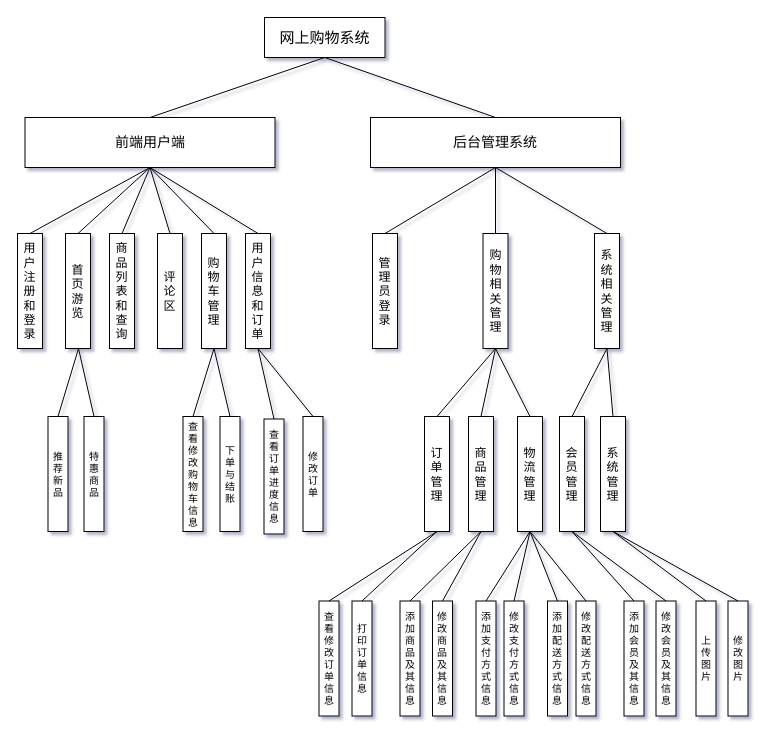
The draw.io diagram page "第 2 页" (2 of 2) of 未命名绘图.drawio in SET025187/EXERCISE001, before the edit. Source tidied: cells renumbered, new cells numbered last; positions are measured from the earlier drawing's top-left corner, leaving out a move shared by most shapes. Both pictures are drawn from the tidied source at 100%, with x=0, y=0 at pixel (-28, 17).
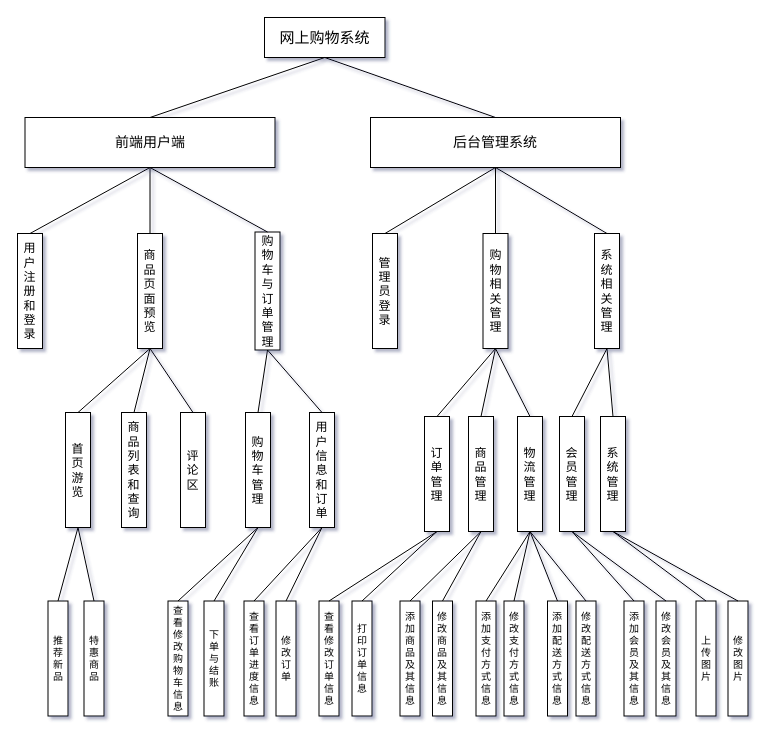
Above is the later version.

Commit message:
更新未命名绘图.drawio

The change refers to these unchanged cells:
```xml
<mxCell id="3" value="前端用户端" style="rounded=0;whiteSpace=wrap;html=1;fontSize=14;" parent="1" vertex="1">
  <mxGeometry x="52.5" y="100" width="250" height="50" as="geometry" />
</mxCell>
```

Change to the diagram source:
```diff
@@
     <mxCell id="6" value="商品列表和查询" style="rounded=0;whiteSpace=wrap;html=1;rotation=90;horizontal=0;" parent="1" vertex="1">
-      <mxGeometry x="92" y="261" width="115" height="25" as="geometry" />
+      <mxGeometry x="104" y="440" width="115" height="25" as="geometry" />
     </mxCell>
     <mxCell id="7" value="评论区" style="rounded=0;whiteSpace=wrap;html=1;rotation=90;horizontal=0;" parent="1" vertex="1">
-      <mxGeometry x="140" y="261" width="115" height="25" as="geometry" />
+      <mxGeometry x="163" y="440" width="115" height="25" as="geometry" />
     </mxCell>
     <mxCell id="8" value="购物车管理" style="rounded=0;whiteSpace=wrap;html=1;rotation=90;horizontal=0;" parent="1" vertex="1">
-      <mxGeometry x="184" y="261" width="115" height="25" as="geometry" />
+      <mxGeometry x="228" y="440" width="115" height="25" as="geometry" />
     </mxCell>
     <mxCell id="9" value="首页游览" style="rounded=0;whiteSpace=wrap;html=1;rotation=90;horizontal=0;" parent="1" vertex="1">
-      <mxGeometry x="48" y="261" width="115" height="25" as="geometry" />
+      <mxGeometry x="48" y="440" width="115" height="25" as="geometry" />
     </mxCell>
     <mxCell id="10" value="用户信息和订单" style="rounded=0;whiteSpace=wrap;html=1;rotation=90;horizontal=0;" parent="1" vertex="1">
-      <mxGeometry x="228" y="261" width="115" height="25" as="geometry" />
+      <mxGeometry x="292" y="440" width="115" height="25" as="geometry" />
     </mxCell>
@@
-    <mxCell id="18" style="endArrow=none;html=1;rounded=0;exitX=0.5;exitY=1;exitDx=0;exitDy=0;entryX=0;entryY=0.5;entryDx=0;entryDy=0;" parent="1" edge="1" source="3" target="9">
+    <mxCell id="18" style="endArrow=none;html=1;rounded=0;exitX=1;exitY=0.5;exitDx=0;exitDy=0;entryX=0;entryY=0.5;entryDx=0;entryDy=0;" parent="1" edge="1" source="71" target="9">
       <mxGeometry relative="1" as="geometry" />
     </mxCell>
-    <mxCell id="19" style="endArrow=none;html=1;rounded=0;exitX=0.5;exitY=1;exitDx=0;exitDy=0;entryX=0;entryY=0.5;entryDx=0;entryDy=0;" parent="1" edge="1" source="3" target="6">
+    <mxCell id="19" style="endArrow=none;html=1;rounded=0;exitX=1;exitY=0.5;exitDx=0;exitDy=0;entryX=0;entryY=0.5;entryDx=0;entryDy=0;" parent="1" edge="1" source="71" target="6">
       <mxGeometry relative="1" as="geometry" />
     </mxCell>
-    <mxCell id="20" style="endArrow=none;html=1;rounded=0;exitX=0.5;exitY=1;exitDx=0;exitDy=0;entryX=0;entryY=0.5;entryDx=0;entryDy=0;" parent="1" edge="1" source="3" target="7">
+    <mxCell id="20" style="endArrow=none;html=1;rounded=0;exitX=1;exitY=0.5;exitDx=0;exitDy=0;entryX=0;entryY=0.5;entryDx=0;entryDy=0;" parent="1" edge="1" source="71" target="7">
       <mxGeometry relative="1" as="geometry" />
     </mxCell>
-    <mxCell id="21" style="endArrow=none;html=1;rounded=0;exitX=0.5;exitY=1;exitDx=0;exitDy=0;entryX=0;entryY=0.5;entryDx=0;entryDy=0;" parent="1" edge="1" source="3" target="8">
+    <mxCell id="21" style="endArrow=none;html=1;rounded=0;exitX=1;exitY=0.5;exitDx=0;exitDy=0;entryX=0;entryY=0.5;entryDx=0;entryDy=0;" parent="1" edge="1" source="72" target="8">
       <mxGeometry relative="1" as="geometry" />
     </mxCell>
-    <mxCell id="22" style="endArrow=none;html=1;rounded=0;exitX=0.5;exitY=1;exitDx=0;exitDy=0;entryX=0;entryY=0.5;entryDx=0;entryDy=0;" parent="1" edge="1" source="3" target="10">
+    <mxCell id="22" style="endArrow=none;html=1;rounded=0;exitX=1;exitY=0.5;exitDx=0;exitDy=0;entryX=0;entryY=0.5;entryDx=0;entryDy=0;" parent="1" edge="1" source="72" target="10">
       <mxGeometry relative="1" as="geometry" />
     </mxCell>
@@
     <mxCell id="31" value="查看修改购物车信息" style="rounded=0;whiteSpace=wrap;html=1;rotation=90;horizontal=0;fontSize=10;" parent="1" vertex="1">
-      <mxGeometry x="163" y="446.5" width="115" height="20" as="geometry" />
+      <mxGeometry x="148" y="631" width="115" height="20" as="geometry" />
     </mxCell>
     <mxCell id="32" value="下单与结账" style="rounded=0;whiteSpace=wrap;html=1;rotation=90;horizontal=0;fontSize=10;" parent="1" vertex="1">
-      <mxGeometry x="200" y="446.5" width="115" height="20" as="geometry" />
+      <mxGeometry x="184" y="631" width="115" height="20" as="geometry" />
     </mxCell>
@@
     <mxCell id="59" value="修改订单" style="rounded=0;whiteSpace=wrap;html=1;rotation=90;horizontal=0;fontSize=10;" parent="1" vertex="1">
-      <mxGeometry x="283" y="446.5" width="115" height="20" as="geometry" />
+      <mxGeometry x="256" y="631" width="115" height="20" as="geometry" />
     </mxCell>
     <mxCell id="60" value="查看订单进度信息" style="rounded=0;whiteSpace=wrap;html=1;rotation=90;horizontal=0;fontSize=10;" parent="1" vertex="1">
-      <mxGeometry x="244" y="449" width="115" height="20" as="geometry" />
+      <mxGeometry x="224" y="631" width="115" height="20" as="geometry" />
     </mxCell>
@@
     <mxCell id="67" value="推荐新品" style="rounded=0;whiteSpace=wrap;html=1;rotation=90;horizontal=0;fontSize=10;" parent="1" vertex="1">
-      <mxGeometry x="28" y="446.5" width="115" height="20" as="geometry" />
+      <mxGeometry x="28" y="631" width="115" height="20" as="geometry" />
     </mxCell>
     <mxCell id="68" value="特惠商品" style="rounded=0;whiteSpace=wrap;html=1;rotation=90;horizontal=0;fontSize=10;" parent="1" vertex="1">
-      <mxGeometry x="64" y="446.5" width="115" height="20" as="geometry" />
+      <mxGeometry x="64" y="631" width="115" height="20" as="geometry" />
     </mxCell>
-    <mxCell id="69" style="endArrow=none;html=1;rounded=0;exitX=1;exitY=0.5;exitDx=0;exitDy=0;entryX=0;entryY=0.5;entryDx=0;entryDy=0;" parent="1" edge="1" target="67">
-      <mxGeometry relative="1" as="geometry">
-        <mxPoint x="106" y="331" as="sourcePoint" />
-      </mxGeometry>
+    <mxCell id="69" style="endArrow=none;html=1;rounded=0;exitX=1;exitY=0.5;exitDx=0;exitDy=0;entryX=0;entryY=0.5;entryDx=0;entryDy=0;" parent="1" edge="1" source="9" target="67">
+      <mxGeometry relative="1" as="geometry" />
     </mxCell>
-    <mxCell id="70" style="endArrow=none;html=1;rounded=0;exitX=1;exitY=0.5;exitDx=0;exitDy=0;entryX=0;entryY=0.5;entryDx=0;entryDy=0;" parent="1" edge="1" target="68">
-      <mxGeometry relative="1" as="geometry">
-        <mxPoint x="106" y="331" as="sourcePoint" />
-      </mxGeometry>
+    <mxCell id="70" style="endArrow=none;html=1;rounded=0;entryX=0;entryY=0.5;entryDx=0;entryDy=0;exitX=1;exitY=0.5;exitDx=0;exitDy=0;" parent="1" edge="1" source="9" target="68">
+      <mxGeometry relative="1" as="geometry" />
     </mxCell>
+    <mxCell id="71" value="商品页面预览" style="rounded=0;whiteSpace=wrap;html=1;rotation=90;horizontal=0;" parent="1" vertex="1">
+      <mxGeometry x="120" y="261" width="115" height="25" as="geometry" />
+    </mxCell>
+    <mxCell id="72" value="购物车与订单管理" style="rounded=0;whiteSpace=wrap;html=1;rotation=90;horizontal=0;fontSize=12;" parent="1" vertex="1">
+      <mxGeometry x="236" y="261" width="118" height="25" as="geometry" />
+    </mxCell>
+    <mxCell id="73" style="endArrow=none;html=1;rounded=0;exitX=0.5;exitY=1;exitDx=0;exitDy=0;" parent="1" edge="1" source="3" target="71">
+      <mxGeometry relative="1" as="geometry" />
+    </mxCell>
+    <mxCell id="74" style="endArrow=none;html=1;rounded=0;exitX=0.5;exitY=1;exitDx=0;exitDy=0;entryX=0;entryY=0.5;entryDx=0;entryDy=0;" parent="1" edge="1" source="3" target="72">
+      <mxGeometry relative="1" as="geometry" />
+    </mxCell>
```
